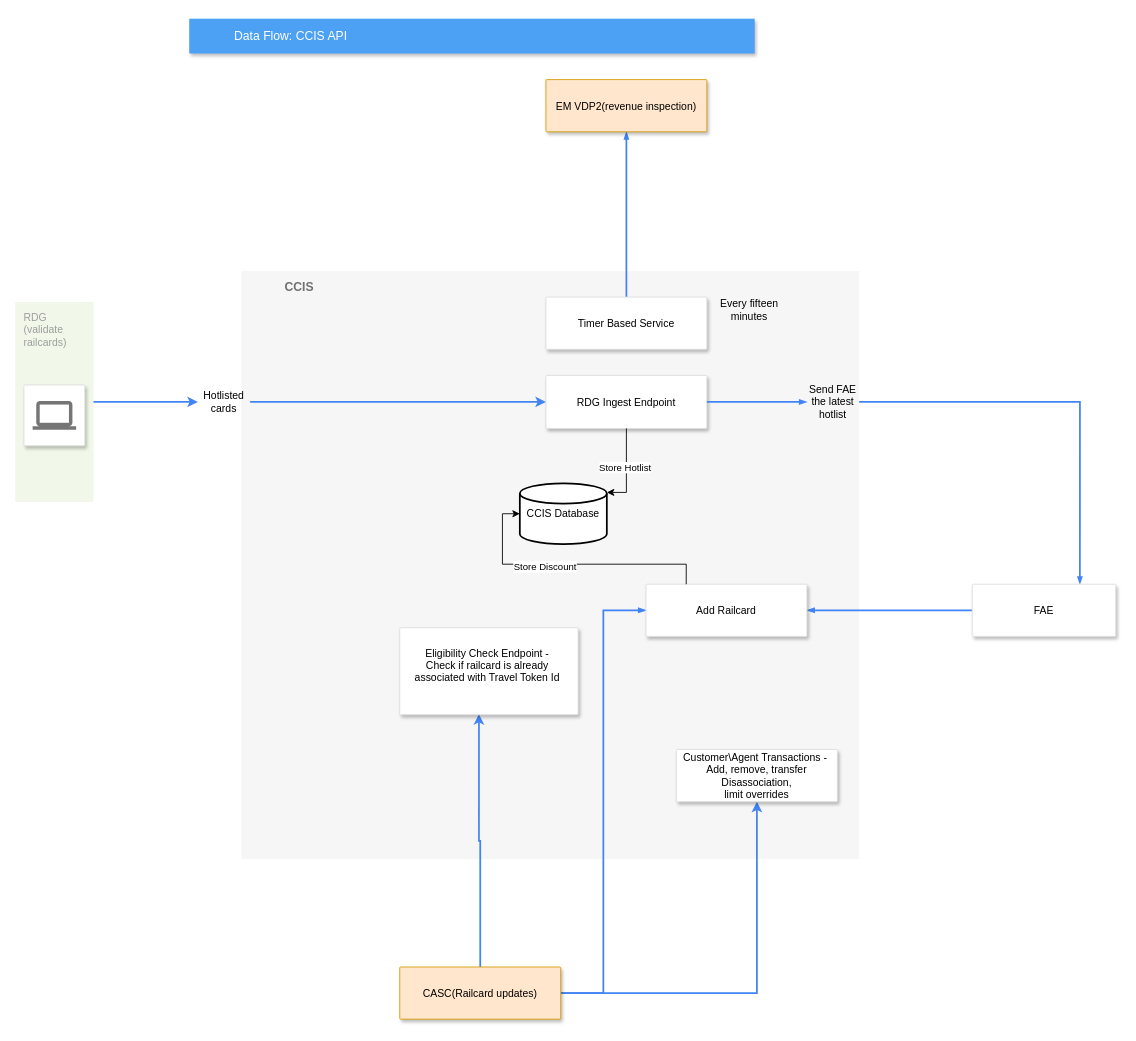
This is CCIS-API.drawio from mattwatts36/drawings, a draw.io file, before an edit. Source tidied: cells renumbered, new cells numbered last; positions are measured from the earlier drawing's top-left corner, leaving out a move shared by most shapes. Both pictures are drawn from the tidied source at 87%, with x=0, y=0 at pixel (15, 18).
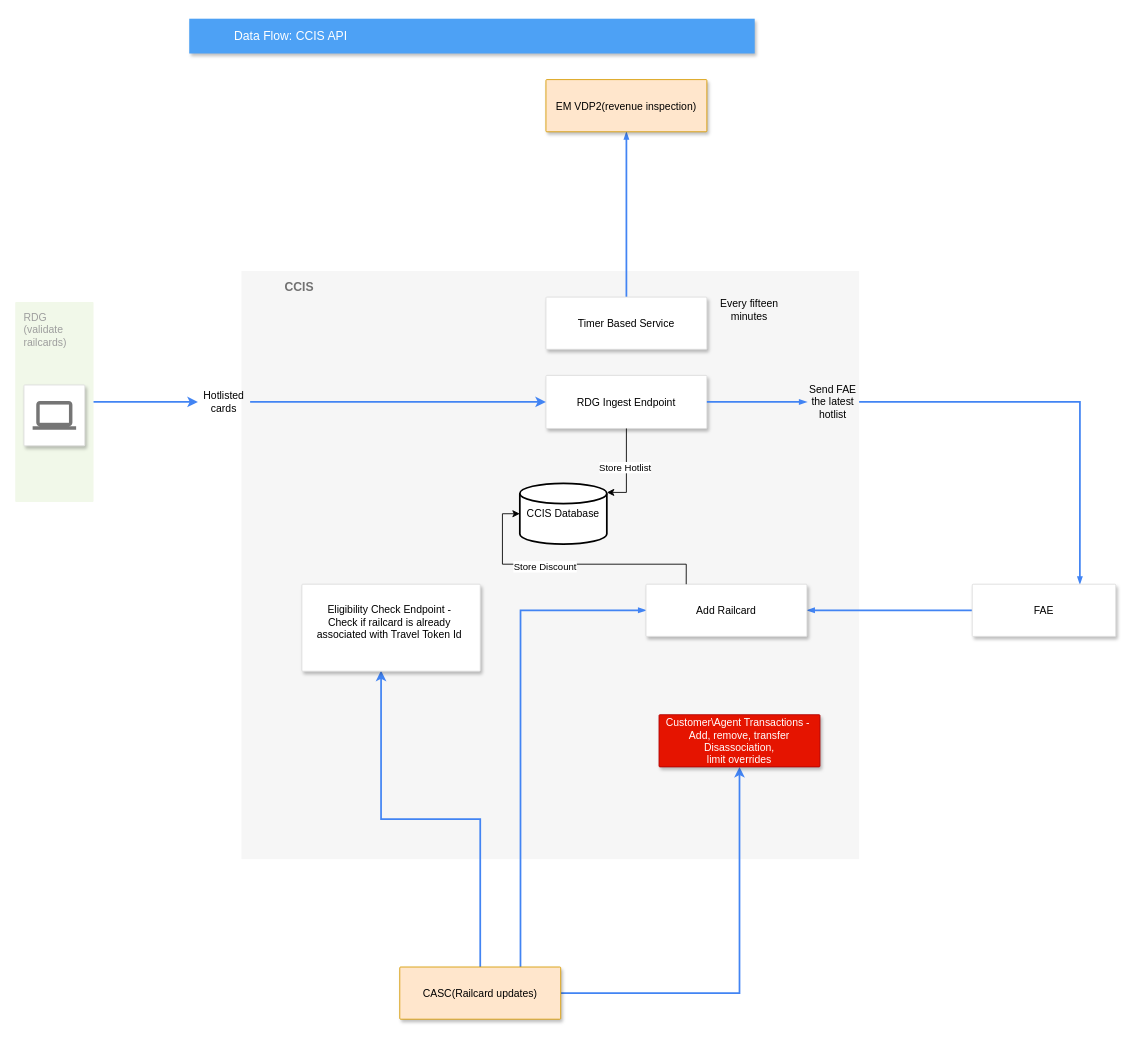
Above is the later version.

Commit message:
added red to diagram

Unchanged cells that the change refers to:
```xml
<mxCell id="11" value="CASC(Railcard updates)" style="strokeColor=#d79b00;shadow=1;strokeWidth=1;rounded=1;absoluteArcSize=1;arcSize=2;fillColor=#ffe6cc;" parent="1" vertex="1">
  <mxGeometry x="442" y="1090" width="185" height="60" as="geometry" />
</mxCell>
<mxCell id="13" value="Add Railcard" style="strokeColor=#dddddd;shadow=1;strokeWidth=1;rounded=1;absoluteArcSize=1;arcSize=2;" parent="1" vertex="1">
  <mxGeometry x="725" y="650" width="185" height="60" as="geometry" />
</mxCell>
```

Change to the diagram source:
```diff
@@
-    <mxCell id="8" style="edgeStyle=orthogonalEdgeStyle;rounded=0;jettySize=auto;html=1;entryX=0;entryY=0.5;entryDx=0;entryDy=0;strokeColor=#4284F3;dashed=0;strokeWidth=2;align=left;verticalAlign=middle;fontFamily=Helvetica;fontSize=12;fontColor=#000000;labelBackgroundColor=none;elbow=vertical;startFill=1;startSize=4;endArrow=blockThin;endFill=1;endSize=4;" parent="1" edge="1" source="11" target="13">
+    <mxCell id="8" style="edgeStyle=orthogonalEdgeStyle;rounded=0;jettySize=auto;html=1;entryX=0;entryY=0.5;entryDx=0;entryDy=0;strokeColor=#4284F3;dashed=0;strokeWidth=2;align=left;verticalAlign=middle;fontFamily=Helvetica;fontSize=12;fontColor=#000000;labelBackgroundColor=none;elbow=vertical;startFill=1;startSize=4;endArrow=blockThin;endFill=1;endSize=4;exitX=0.75;exitY=0;exitDx=0;exitDy=0;" parent="1" edge="1" source="11" target="13">
       <mxGeometry relative="1" as="geometry" />
     </mxCell>
@@
     <mxCell id="25" value="Eligibility Check Endpoint - &#10;Check if railcard is already &#10;associated with Travel Token Id &#10; " style="strokeColor=#dddddd;shadow=1;strokeWidth=1;rounded=1;absoluteArcSize=1;arcSize=2;fontStyle=0;" parent="1" vertex="1">
-      <mxGeometry x="442" y="700" width="205" height="100" as="geometry" />
+      <mxGeometry x="329.5" y="650" width="205" height="100" as="geometry" />
     </mxCell>
-    <mxCell id="26" value="Customer\Agent Transactions - &#10;Add, remove, transfer&#10;Disassociation,&#10;limit overrides" style="strokeColor=#dddddd;shadow=1;strokeWidth=1;rounded=1;absoluteArcSize=1;arcSize=2;" parent="1" vertex="1">
-      <mxGeometry x="760" y="840" width="185" height="60" as="geometry" />
+    <mxCell id="26" value="Customer\Agent Transactions - &#10;Add, remove, transfer&#10;Disassociation,&#10;limit overrides" style="strokeColor=#B20000;shadow=1;strokeWidth=1;rounded=1;absoluteArcSize=1;arcSize=2;fillColor=#e51400;fontColor=#ffffff;" parent="1" vertex="1">
+      <mxGeometry x="740" y="800" width="185" height="60" as="geometry" />
     </mxCell>
```
